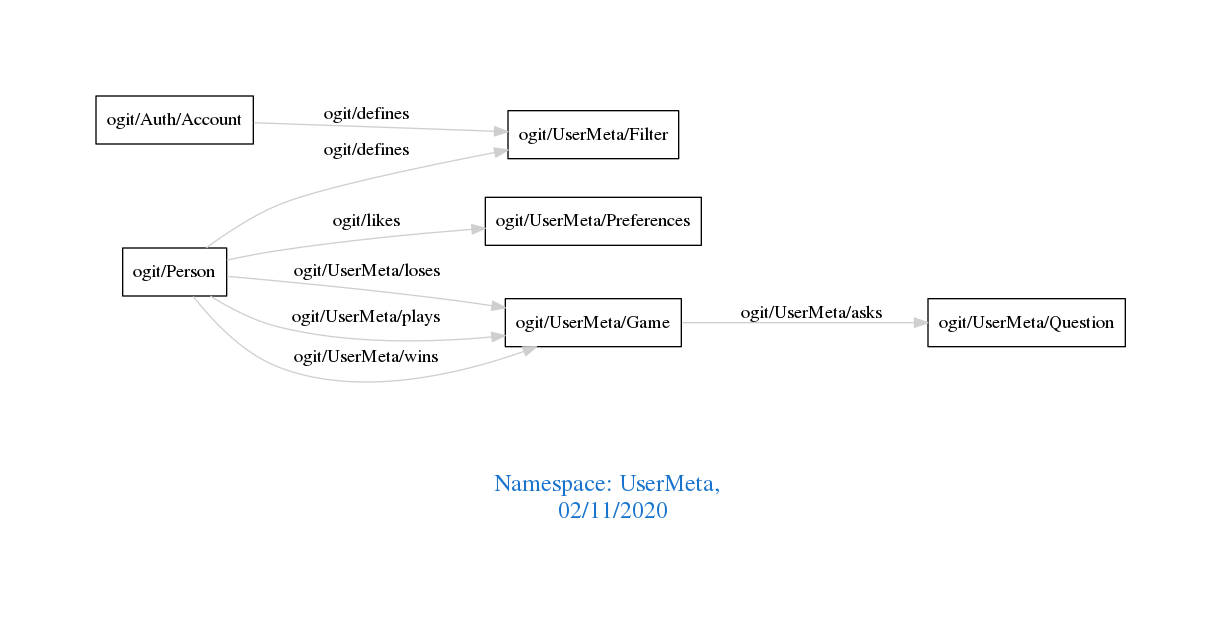
Above: downloads/UserMeta.png in arago/OGIT (Graphviz), before the change. Its source is kept beside it as downloads/UserMeta.dot.
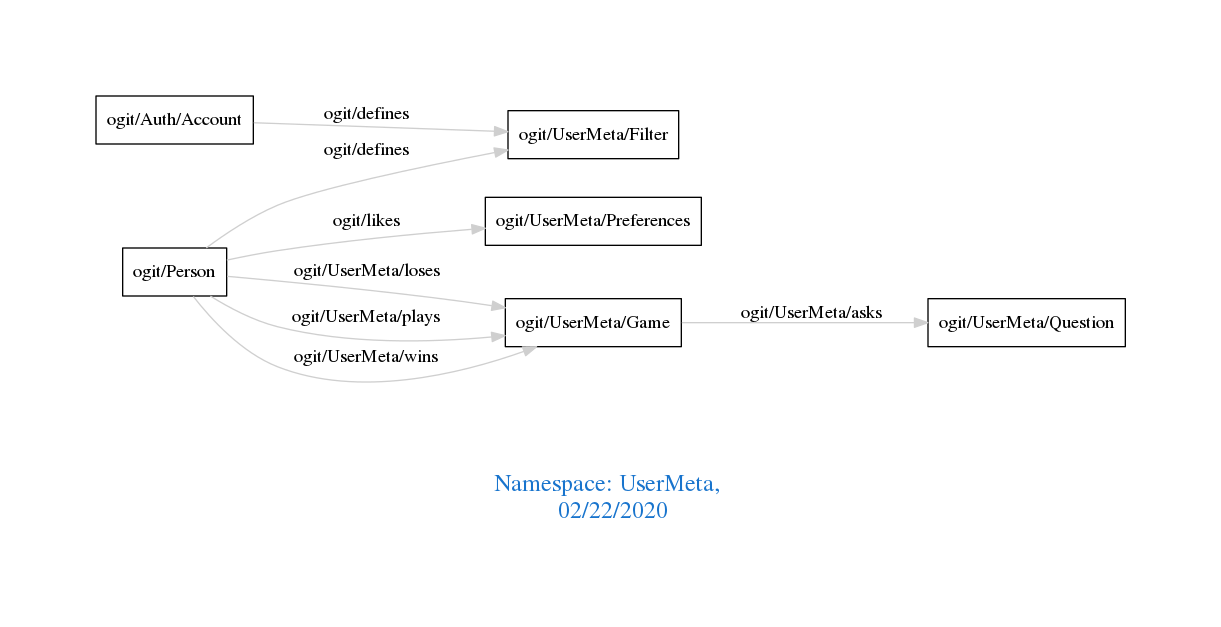
After the commit.

What changed in the source:
```diff
@@ -1,7 +1,7 @@
 digraph OGIT_ontology {
  graph [ rankdir= LR,pad=1
 fontsize = 18,
-fontcolor= dodgerblue3,label = "\n\n\nNamespace: UserMeta, \n 02/11/2020"];
+fontcolor= dodgerblue3,label = "\n\n\nNamespace: UserMeta, \n 02/22/2020"];
 node[shape=polygon];
 edge [  color="gray81"];
 
```
